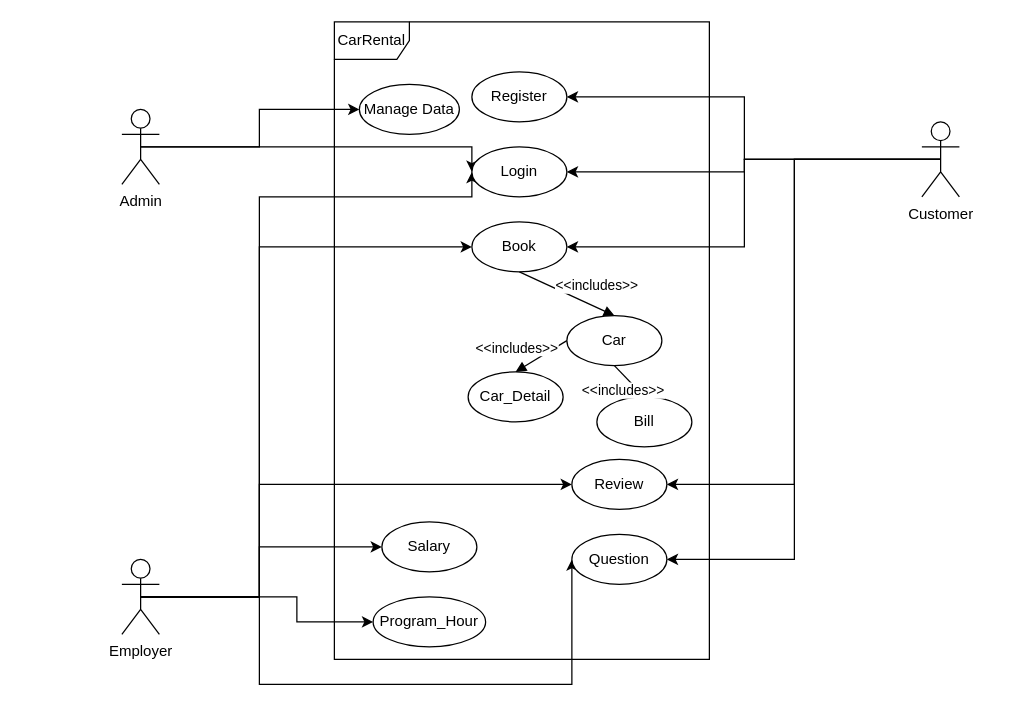
The draw.io diagram uml_use_case.drawio in VasilescuBogdan/P5-T10-VasilescuTudorascuUta, before the edit. Source tidied: cells renumbered, new cells numbered last; positions are measured from the earlier drawing's top-left corner, leaving out a move shared by most shapes. Both pictures are drawn from the tidied source at 125%, with x=0, y=0 at pixel (121, 21).
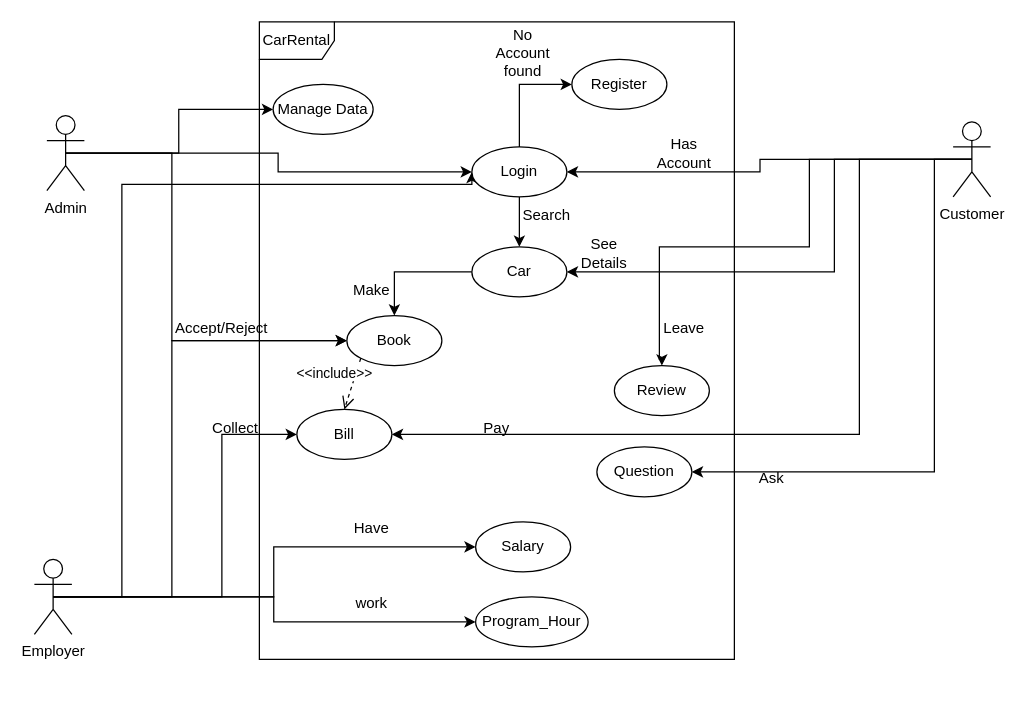
The same page after the edit.

The change refers to these unchanged cells:
```xml
<mxCell id="20" value="Login" style="ellipse;whiteSpace=wrap;html=1;" parent="1" vertex="1">
  <mxGeometry x="280" y="100" width="76" height="40" as="geometry" />
</mxCell>
```

What changed in the source:
```diff
@@
     <mxCell id="2" style="edgeStyle=orthogonalEdgeStyle;rounded=0;jettySize=auto;html=1;exitX=0.5;exitY=0.5;exitDx=0;exitDy=0;exitPerimeter=0;entryX=0;entryY=0.5;entryDx=0;entryDy=0;" parent="1" edge="1" source="4" target="20">
-      <mxGeometry relative="1" as="geometry">
-        <Array as="points">
-          <mxPoint x="280" y="100" />
-        </Array>
-      </mxGeometry>
+      <mxGeometry relative="1" as="geometry" />
     </mxCell>
-    <mxCell id="3" style="edgeStyle=orthogonalEdgeStyle;rounded=0;jettySize=auto;html=1;exitX=0.5;exitY=0.5;exitDx=0;exitDy=0;exitPerimeter=0;" parent="1" edge="1" source="4" target="32">
+    <mxCell id="3" style="edgeStyle=orthogonalEdgeStyle;rounded=0;jettySize=auto;html=1;exitX=0.5;exitY=0.5;exitDx=0;exitDy=0;exitPerimeter=0;entryX=0;entryY=0.5;entryDx=0;entryDy=0;" parent="1" edge="1" source="4" target="32">
       <mxGeometry relative="1" as="geometry" />
     </mxCell>
+    <mxCell id="33" style="edgeStyle=orthogonalEdgeStyle;rounded=0;jettySize=auto;html=1;exitX=0.5;exitY=0.5;exitDx=0;exitDy=0;exitPerimeter=0;entryX=0;entryY=0.5;entryDx=0;entryDy=0;" parent="1" edge="1" source="4" target="21">
+      <mxGeometry relative="1" as="geometry">
+        <Array as="points">
+          <mxPoint x="40" y="105" />
+          <mxPoint x="40" y="255" />
+        </Array>
+      </mxGeometry>
+    </mxCell>
     <mxCell id="4" value="Admin" style="shape=umlActor;verticalLabelPosition=bottom;verticalAlign=top;html=1;" parent="1" vertex="1">
-      <mxGeometry y="70" width="30" height="60" as="geometry" />
+      <mxGeometry x="-60" y="75" width="30" height="60" as="geometry" />
     </mxCell>
     <mxCell id="5" style="edgeStyle=orthogonalEdgeStyle;rounded=0;jettySize=auto;html=1;exitX=0.5;exitY=0.5;exitDx=0;exitDy=0;exitPerimeter=0;entryX=0;entryY=0.5;entryDx=0;entryDy=0;" parent="1" edge="1" source="11" target="20">
       <mxGeometry relative="1" as="geometry">
         <Array as="points">
-          <mxPoint x="110" y="460" />
-          <mxPoint x="110" y="140" />
-          <mxPoint x="280" y="140" />
+          <mxPoint y="460" />
+          <mxPoint y="130" />
+          <mxPoint x="280" y="130" />
         </Array>
       </mxGeometry>
     </mxCell>
     <mxCell id="6" style="edgeStyle=orthogonalEdgeStyle;rounded=0;jettySize=auto;html=1;exitX=0.5;exitY=0.5;exitDx=0;exitDy=0;exitPerimeter=0;entryX=0;entryY=0.5;entryDx=0;entryDy=0;" parent="1" edge="1" source="11" target="31">
-      <mxGeometry relative="1" as="geometry">
-        <Array as="points">
-          <mxPoint x="110" y="460" />
-          <mxPoint x="110" y="420" />
-        </Array>
-      </mxGeometry>
+      <mxGeometry relative="1" as="geometry" />
     </mxCell>
     <mxCell id="7" style="edgeStyle=orthogonalEdgeStyle;rounded=0;jettySize=auto;html=1;exitX=0.5;exitY=0.5;exitDx=0;exitDy=0;exitPerimeter=0;entryX=0;entryY=0.5;entryDx=0;entryDy=0;" parent="1" edge="1" source="11" target="30">
-      <mxGeometry relative="1" as="geometry">
-        <Array as="points">
-          <mxPoint x="140" y="460" />
-          <mxPoint x="140" y="480" />
-        </Array>
-      </mxGeometry>
+      <mxGeometry relative="1" as="geometry" />
     </mxCell>
-    <mxCell id="8" style="edgeStyle=orthogonalEdgeStyle;rounded=0;jettySize=auto;html=1;exitX=0.5;exitY=0.5;exitDx=0;exitDy=0;exitPerimeter=0;entryX=0;entryY=0.5;entryDx=0;entryDy=0;" parent="1" edge="1" source="11" target="26">
-      <mxGeometry relative="1" as="geometry">
-        <Array as="points">
-          <mxPoint x="110" y="460" />
-          <mxPoint x="110" y="370" />
-        </Array>
-      </mxGeometry>
-    </mxCell>
-    <mxCell id="9" style="edgeStyle=orthogonalEdgeStyle;rounded=0;jettySize=auto;html=1;exitX=0.5;exitY=0.5;exitDx=0;exitDy=0;exitPerimeter=0;entryX=0;entryY=0.5;entryDx=0;entryDy=0;" parent="1" edge="1" source="11" target="27">
-      <mxGeometry relative="1" as="geometry">
-        <Array as="points">
-          <mxPoint x="110" y="460" />
-          <mxPoint x="110" y="530" />
-          <mxPoint x="360" y="530" />
-        </Array>
-      </mxGeometry>
-    </mxCell>
+    <mxCell id="34" style="edgeStyle=orthogonalEdgeStyle;rounded=0;jettySize=auto;html=1;exitX=0.5;exitY=0.5;exitDx=0;exitDy=0;exitPerimeter=0;entryX=0;entryY=0.5;entryDx=0;entryDy=0;" parent="1" edge="1" source="11" target="24">
+      <mxGeometry relative="1" as="geometry">
+        <Array as="points">
+          <mxPoint x="80" y="460" />
+          <mxPoint x="80" y="330" />
+        </Array>
+      </mxGeometry>
+    </mxCell>
     <mxCell id="10" style="edgeStyle=orthogonalEdgeStyle;rounded=0;jettySize=auto;html=1;exitX=0.5;exitY=0.5;exitDx=0;exitDy=0;exitPerimeter=0;entryX=0;entryY=0.5;entryDx=0;entryDy=0;" parent="1" edge="1" source="11" target="21">
       <mxGeometry relative="1" as="geometry">
         <Array as="points">
-          <mxPoint x="110" y="460" />
-          <mxPoint x="110" y="180" />
+          <mxPoint x="40" y="460" />
+          <mxPoint x="40" y="255" />
         </Array>
       </mxGeometry>
     </mxCell>
     <mxCell id="11" value="Employer&lt;br&gt;" style="shape=umlActor;verticalLabelPosition=bottom;verticalAlign=top;html=1;" parent="1" vertex="1">
-      <mxGeometry y="430" width="30" height="60" as="geometry" />
+      <mxGeometry x="-70" y="430" width="30" height="60" as="geometry" />
     </mxCell>
-    <mxCell id="12" style="edgeStyle=orthogonalEdgeStyle;rounded=0;jettySize=auto;html=1;exitX=0.5;exitY=0.5;exitDx=0;exitDy=0;exitPerimeter=0;entryX=1;entryY=0.5;entryDx=0;entryDy=0;" parent="1" edge="1" source="17" target="19">
-      <mxGeometry relative="1" as="geometry" />
-    </mxCell>
@@
-    <mxCell id="14" style="edgeStyle=orthogonalEdgeStyle;rounded=0;jettySize=auto;html=1;exitX=0.5;exitY=0.5;exitDx=0;exitDy=0;exitPerimeter=0;entryX=1;entryY=0.5;entryDx=0;entryDy=0;" parent="1" edge="1" source="17" target="21">
-      <mxGeometry relative="1" as="geometry" />
-    </mxCell>
-    <mxCell id="15" style="edgeStyle=orthogonalEdgeStyle;rounded=0;jettySize=auto;html=1;exitX=0.5;exitY=0.5;exitDx=0;exitDy=0;exitPerimeter=0;entryX=1;entryY=0.5;entryDx=0;entryDy=0;" parent="1" edge="1" source="17" target="26">
-      <mxGeometry relative="1" as="geometry" />
-    </mxCell>
     <mxCell id="16" style="edgeStyle=orthogonalEdgeStyle;rounded=0;jettySize=auto;html=1;exitX=0.5;exitY=0.5;exitDx=0;exitDy=0;exitPerimeter=0;entryX=1;entryY=0.5;entryDx=0;entryDy=0;" parent="1" edge="1" source="17" target="27">
-      <mxGeometry relative="1" as="geometry" />
+      <mxGeometry relative="1" as="geometry">
+        <Array as="points">
+          <mxPoint x="650" y="110" />
+          <mxPoint x="650" y="360" />
+        </Array>
+      </mxGeometry>
     </mxCell>
+    <mxCell id="35" style="edgeStyle=orthogonalEdgeStyle;rounded=0;jettySize=auto;html=1;exitX=0.5;exitY=0.5;exitDx=0;exitDy=0;exitPerimeter=0;entryX=1;entryY=0.5;entryDx=0;entryDy=0;" parent="1" edge="1" source="17" target="24">
+      <mxGeometry relative="1" as="geometry">
+        <Array as="points">
+          <mxPoint x="590" y="110" />
+          <mxPoint x="590" y="330" />
+        </Array>
+      </mxGeometry>
+    </mxCell>
+    <mxCell id="36" style="edgeStyle=orthogonalEdgeStyle;rounded=0;jettySize=auto;html=1;exitX=0.5;exitY=0.5;exitDx=0;exitDy=0;exitPerimeter=0;entryX=1;entryY=0.5;entryDx=0;entryDy=0;" parent="1" edge="1" source="17" target="22">
+      <mxGeometry relative="1" as="geometry">
+        <Array as="points">
+          <mxPoint x="570" y="110" />
+          <mxPoint x="570" y="200" />
+        </Array>
+      </mxGeometry>
+    </mxCell>
     <mxCell id="17" value="Customer&lt;br&gt;" style="shape=umlActor;verticalLabelPosition=bottom;verticalAlign=top;html=1;" parent="1" vertex="1">
-      <mxGeometry x="640" y="80" width="30" height="60" as="geometry" />
+      <mxGeometry x="665" y="80" width="30" height="60" as="geometry" />
     </mxCell>
     <mxCell id="18" value="CarRental" style="shape=umlFrame;whiteSpace=wrap;html=1;" parent="1" vertex="1">
-      <mxGeometry x="170" width="300" height="510" as="geometry" />
+      <mxGeometry x="110" width="380" height="510" as="geometry" />
     </mxCell>
     <mxCell id="19" value="Register&lt;br&gt;" style="ellipse;whiteSpace=wrap;html=1;" parent="1" vertex="1">
-      <mxGeometry x="280" y="40" width="76" height="40" as="geometry" />
+      <mxGeometry x="360" y="30" width="76" height="40" as="geometry" />
     </mxCell>
+    <mxCell id="37" style="edgeStyle=orthogonalEdgeStyle;rounded=0;jettySize=auto;html=1;exitX=0.5;exitY=0;exitDx=0;exitDy=0;entryX=0;entryY=0.5;entryDx=0;entryDy=0;" parent="1" edge="1" source="20" target="19">
+      <mxGeometry relative="1" as="geometry" />
+    </mxCell>
+    <mxCell id="38" style="edgeStyle=orthogonalEdgeStyle;rounded=0;jettySize=auto;html=1;exitX=0.5;exitY=1;exitDx=0;exitDy=0;entryX=0.5;entryY=0;entryDx=0;entryDy=0;" parent="1" edge="1" source="20" target="22">
+      <mxGeometry relative="1" as="geometry" />
+    </mxCell>
+    <mxCell id="15" style="edgeStyle=orthogonalEdgeStyle;rounded=0;jettySize=auto;html=1;exitX=0.5;exitY=0.5;exitDx=0;exitDy=0;entryX=0.5;entryY=0;entryDx=0;entryDy=0;exitPerimeter=0;" parent="1" edge="1" source="17" target="26">
+      <mxGeometry relative="1" as="geometry">
+        <Array as="points">
+          <mxPoint x="550" y="110" />
+          <mxPoint x="550" y="180" />
+          <mxPoint x="430" y="180" />
+          <mxPoint x="430" y="270" />
+        </Array>
+      </mxGeometry>
+    </mxCell>
@@
     <mxCell id="21" value="Book" style="ellipse;whiteSpace=wrap;html=1;" parent="1" vertex="1">
-      <mxGeometry x="280" y="160" width="76" height="40" as="geometry" />
+      <mxGeometry x="180" y="235" width="76" height="40" as="geometry" />
     </mxCell>
+    <mxCell id="39" style="edgeStyle=orthogonalEdgeStyle;rounded=0;jettySize=auto;html=1;exitX=0;exitY=0.5;exitDx=0;exitDy=0;entryX=0.5;entryY=0;entryDx=0;entryDy=0;" parent="1" edge="1" source="22" target="21">
+      <mxGeometry relative="1" as="geometry" />
+    </mxCell>
     <mxCell id="22" value="Car" style="ellipse;whiteSpace=wrap;html=1;" parent="1" vertex="1">
-      <mxGeometry x="356" y="235" width="76" height="40" as="geometry" />
+      <mxGeometry x="280" y="180" width="76" height="40" as="geometry" />
     </mxCell>
-    <mxCell id="23" value="&amp;lt;&amp;lt;includes&amp;gt;&amp;gt;" style="html=1;verticalAlign=bottom;endArrow=block;rounded=0;exitX=0.5;exitY=1;exitDx=0;exitDy=0;entryX=0.5;entryY=0;entryDx=0;entryDy=0;" parent="1" edge="1" source="21" target="22">
-      <mxGeometry x="0.55" y="8" relative="1" as="geometry" />
-    </mxCell>
     <mxCell id="24" value="Bill&lt;br&gt;" style="ellipse;whiteSpace=wrap;html=1;" parent="1" vertex="1">
-      <mxGeometry x="380" y="300" width="76" height="40" as="geometry" />
+      <mxGeometry x="140" y="310" width="76" height="40" as="geometry" />
     </mxCell>
-    <mxCell id="25" value="&amp;lt;&amp;lt;includes&amp;gt;&amp;gt;" style="html=1;verticalAlign=bottom;endArrow=block;rounded=0;exitX=0.5;exitY=1;exitDx=0;exitDy=0;entryX=0.5;entryY=0;entryDx=0;entryDy=0;" parent="1" edge="1" source="22" target="24">
-      <mxGeometry x="0.52" y="-15" relative="1" as="geometry" />
-    </mxCell>
     <mxCell id="26" value="Review" style="ellipse;whiteSpace=wrap;html=1;" parent="1" vertex="1">
-      <mxGeometry x="360" y="350" width="76" height="40" as="geometry" />
+      <mxGeometry x="394" y="275" width="76" height="40" as="geometry" />
     </mxCell>
     <mxCell id="27" value="Question" style="ellipse;whiteSpace=wrap;html=1;" parent="1" vertex="1">
-      <mxGeometry x="360" y="410" width="76" height="40" as="geometry" />
+      <mxGeometry x="380" y="340" width="76" height="40" as="geometry" />
     </mxCell>
-    <mxCell id="28" value="Car_Detail" style="ellipse;whiteSpace=wrap;html=1;" parent="1" vertex="1">
-      <mxGeometry x="277" y="280" width="76" height="40" as="geometry" />
-    </mxCell>
-    <mxCell id="29" value="&amp;lt;&amp;lt;includes&amp;gt;&amp;gt;" style="html=1;verticalAlign=bottom;endArrow=block;rounded=0;exitX=0;exitY=0.5;exitDx=0;exitDy=0;entryX=0.5;entryY=0;entryDx=0;entryDy=0;" parent="1" edge="1" source="22" target="28">
-      <mxGeometry x="0.76" y="-8" relative="1" as="geometry" />
-    </mxCell>
     <mxCell id="30" value="Program_Hour" style="ellipse;whiteSpace=wrap;html=1;" parent="1" vertex="1">
-      <mxGeometry x="201" y="460" width="90" height="40" as="geometry" />
+      <mxGeometry x="283" y="460" width="90" height="40" as="geometry" />
     </mxCell>
     <mxCell id="31" value="Salary" style="ellipse;whiteSpace=wrap;html=1;" parent="1" vertex="1">
-      <mxGeometry x="208" y="400" width="76" height="40" as="geometry" />
+      <mxGeometry x="283" y="400" width="76" height="40" as="geometry" />
     </mxCell>
     <mxCell id="32" value="Manage Data" style="ellipse;whiteSpace=wrap;html=1;" parent="1" vertex="1">
-      <mxGeometry x="190" y="50" width="80" height="40" as="geometry" />
+      <mxGeometry x="121" y="50" width="80" height="40" as="geometry" />
     </mxCell>
+    <mxCell id="40" value="Has Account" style="text;html=1;strokeColor=none;fillColor=none;align=center;verticalAlign=middle;whiteSpace=wrap;rounded=0;" parent="1" vertex="1">
+      <mxGeometry x="420" y="90" width="60" height="30" as="geometry" />
+    </mxCell>
+    <mxCell id="41" value="No Account found" style="text;html=1;strokeColor=none;fillColor=none;align=center;verticalAlign=middle;whiteSpace=wrap;rounded=0;" parent="1" vertex="1">
+      <mxGeometry x="291" y="10" width="60" height="30" as="geometry" />
+    </mxCell>
+    <mxCell id="42" value="Search" style="text;html=1;strokeColor=none;fillColor=none;align=center;verticalAlign=middle;whiteSpace=wrap;rounded=0;" parent="1" vertex="1">
+      <mxGeometry x="310" y="140" width="60" height="30" as="geometry" />
+    </mxCell>
+    <mxCell id="43" value="Make" style="text;html=1;strokeColor=none;fillColor=none;align=center;verticalAlign=middle;whiteSpace=wrap;rounded=0;" parent="1" vertex="1">
+      <mxGeometry x="170" y="200" width="60" height="30" as="geometry" />
+    </mxCell>
+    <mxCell id="44" value="&amp;lt;&amp;lt;include&amp;gt;&amp;gt;" style="html=1;verticalAlign=bottom;endArrow=open;dashed=1;endSize=8;rounded=0;exitX=0;exitY=1;exitDx=0;exitDy=0;entryX=0.5;entryY=0;entryDx=0;entryDy=0;" parent="1" edge="1" source="21" target="24">
+      <mxGeometry x="0.23" y="-14" relative="1" as="geometry" />
+    </mxCell>
+    <mxCell id="45" value="Ask" style="text;html=1;strokeColor=none;fillColor=none;align=center;verticalAlign=middle;whiteSpace=wrap;rounded=0;" parent="1" vertex="1">
+      <mxGeometry x="490" y="350" width="60" height="30" as="geometry" />
+    </mxCell>
+    <mxCell id="46" value="Leave" style="text;html=1;strokeColor=none;fillColor=none;align=center;verticalAlign=middle;whiteSpace=wrap;rounded=0;" parent="1" vertex="1">
+      <mxGeometry x="420" y="230" width="60" height="30" as="geometry" />
+    </mxCell>
+    <mxCell id="47" value="Have" style="text;html=1;strokeColor=none;fillColor=none;align=center;verticalAlign=middle;whiteSpace=wrap;rounded=0;" parent="1" vertex="1">
+      <mxGeometry x="170" y="390" width="60" height="30" as="geometry" />
+    </mxCell>
+    <mxCell id="48" value="work" style="text;html=1;strokeColor=none;fillColor=none;align=center;verticalAlign=middle;whiteSpace=wrap;rounded=0;" parent="1" vertex="1">
+      <mxGeometry x="170" y="450" width="60" height="30" as="geometry" />
+    </mxCell>
+    <mxCell id="49" value="Pay" style="text;html=1;strokeColor=none;fillColor=none;align=center;verticalAlign=middle;whiteSpace=wrap;rounded=0;" parent="1" vertex="1">
+      <mxGeometry x="270" y="310" width="60" height="30" as="geometry" />
+    </mxCell>
+    <mxCell id="50" value="Collect" style="text;html=1;strokeColor=none;fillColor=none;align=center;verticalAlign=middle;whiteSpace=wrap;rounded=0;" parent="1" vertex="1">
+      <mxGeometry x="61" y="310" width="60" height="30" as="geometry" />
+    </mxCell>
+    <mxCell id="51" value="Accept/Reject" style="text;html=1;strokeColor=none;fillColor=none;align=center;verticalAlign=middle;whiteSpace=wrap;rounded=0;" parent="1" vertex="1">
+      <mxGeometry x="50" y="230" width="60" height="30" as="geometry" />
+    </mxCell>
+    <mxCell id="52" value="See Details" style="text;html=1;strokeColor=none;fillColor=none;align=center;verticalAlign=middle;whiteSpace=wrap;rounded=0;" parent="1" vertex="1">
+      <mxGeometry x="356" y="170" width="60" height="30" as="geometry" />
+    </mxCell>
```
